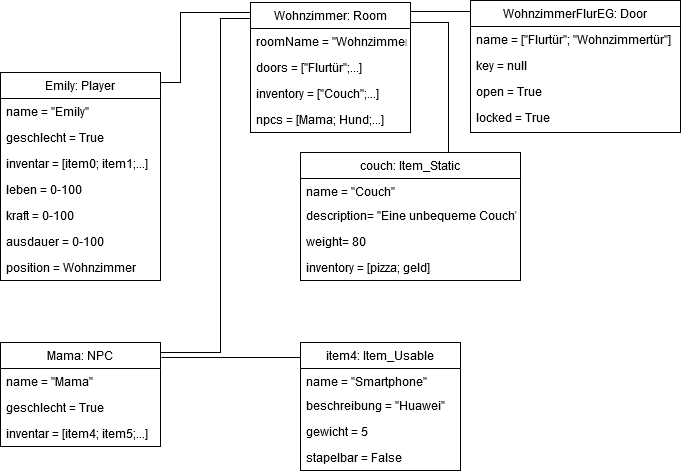
Before: Objektdiagramm.png, a diagram exported from draw.io (Elegond/AE-Text-Adventure). Source tidied: cells renumbered, new cells last; positions are measured from the earlier drawing's top-left corner, leaving out a move shared by most shapes.
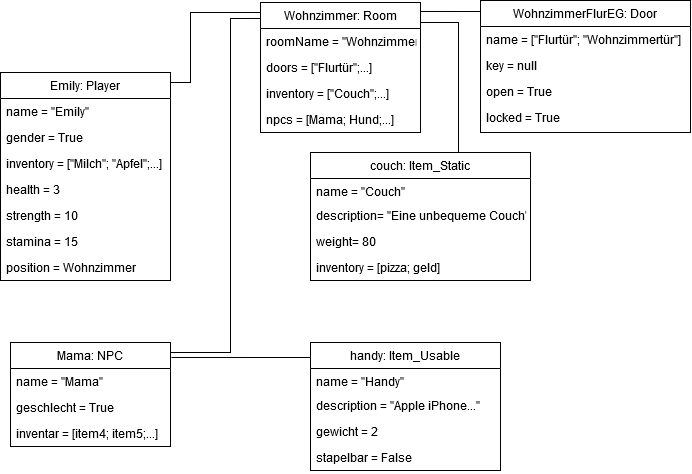
After the change.

Change to the diagram source:
```diff
@@ -57,28 +57,28 @@
       </mxGeometry>
     </mxCell>
     <mxCell id="14" value="Emily: Player " style="swimlane;fontStyle=0;align=center;verticalAlign=top;horizontal=1;startSize=26;rounded=0;shadow=0;strokeWidth=1;" parent="1" vertex="1">
-      <mxGeometry y="72" width="160" height="208" as="geometry" />
+      <mxGeometry x="-10" y="72" width="170" height="208" as="geometry" />
     </mxCell>
     <mxCell id="15" value="name = &quot;Emily&quot;" style="text;align=left;verticalAlign=top;spacingLeft=4;spacingRight=4;overflow=hidden;" parent="14" vertex="1">
-      <mxGeometry y="26" width="160" height="26" as="geometry" />
+      <mxGeometry y="26" width="170" height="26" as="geometry" />
     </mxCell>
-    <mxCell id="16" value="geschlecht = True" style="text;align=left;verticalAlign=top;spacingLeft=4;spacingRight=4;overflow=hidden;rounded=0;shadow=0;html=0;" parent="14" vertex="1">
-      <mxGeometry y="52" width="160" height="26" as="geometry" />
+    <mxCell id="16" value="gender = True" style="text;align=left;verticalAlign=top;spacingLeft=4;spacingRight=4;overflow=hidden;rounded=0;shadow=0;html=0;" parent="14" vertex="1">
+      <mxGeometry y="52" width="170" height="26" as="geometry" />
     </mxCell>
-    <mxCell id="17" value="inventar = [item0; item1;...]" style="text;align=left;verticalAlign=top;spacingLeft=4;spacingRight=4;overflow=hidden;rounded=0;shadow=0;html=0;" parent="14" vertex="1">
-      <mxGeometry y="78" width="160" height="26" as="geometry" />
+    <mxCell id="17" value="inventory = [&quot;Milch&quot;; &quot;Apfel&quot;;...]" style="text;align=left;verticalAlign=top;spacingLeft=4;spacingRight=4;overflow=hidden;rounded=0;shadow=0;html=0;" parent="14" vertex="1">
+      <mxGeometry y="78" width="170" height="26" as="geometry" />
     </mxCell>
-    <mxCell id="18" value="leben = 0-100" style="text;align=left;verticalAlign=top;spacingLeft=4;spacingRight=4;overflow=hidden;rounded=0;shadow=0;html=0;" parent="14" vertex="1">
-      <mxGeometry y="104" width="160" height="26" as="geometry" />
+    <mxCell id="18" value="health = 3" style="text;align=left;verticalAlign=top;spacingLeft=4;spacingRight=4;overflow=hidden;rounded=0;shadow=0;html=0;" parent="14" vertex="1">
+      <mxGeometry y="104" width="170" height="26" as="geometry" />
     </mxCell>
-    <mxCell id="19" value="kraft = 0-100" style="text;align=left;verticalAlign=top;spacingLeft=4;spacingRight=4;overflow=hidden;rounded=0;shadow=0;html=0;" parent="14" vertex="1">
-      <mxGeometry y="130" width="160" height="26" as="geometry" />
+    <mxCell id="19" value="strength = 10" style="text;align=left;verticalAlign=top;spacingLeft=4;spacingRight=4;overflow=hidden;rounded=0;shadow=0;html=0;" parent="14" vertex="1">
+      <mxGeometry y="130" width="170" height="26" as="geometry" />
     </mxCell>
-    <mxCell id="20" value="ausdauer = 0-100" style="text;align=left;verticalAlign=top;spacingLeft=4;spacingRight=4;overflow=hidden;rounded=0;shadow=0;html=0;" parent="14" vertex="1">
-      <mxGeometry y="156" width="160" height="26" as="geometry" />
+    <mxCell id="20" value="stamina = 15" style="text;align=left;verticalAlign=top;spacingLeft=4;spacingRight=4;overflow=hidden;rounded=0;shadow=0;html=0;" parent="14" vertex="1">
+      <mxGeometry y="156" width="170" height="26" as="geometry" />
     </mxCell>
     <mxCell id="21" value="position = Wohnzimmer" style="text;align=left;verticalAlign=top;spacingLeft=4;spacingRight=4;overflow=hidden;rounded=0;shadow=0;html=0;" parent="14" vertex="1">
-      <mxGeometry y="182" width="160" height="26" as="geometry" />
+      <mxGeometry y="182" width="170" height="26" as="geometry" />
     </mxCell>
     <mxCell id="22" style="edgeStyle=orthogonalEdgeStyle;rounded=0;jettySize=auto;html=1;entryX=1.006;entryY=0.144;entryDx=0;entryDy=0;entryPerimeter=0;exitX=0.006;exitY=0.094;exitDx=0;exitDy=0;exitPerimeter=0;endArrow=none;endFill=0;" parent="1" edge="1" source="23" target="3">
       <mxGeometry relative="1" as="geometry">
@@ -87,20 +87,20 @@
         </Array>
       </mxGeometry>
     </mxCell>
-    <mxCell id="23" value="item4: Item_Usable" style="swimlane;fontStyle=0;align=center;verticalAlign=top;horizontal=1;startSize=26;rounded=0;shadow=0;strokeWidth=1;" parent="1" vertex="1">
-      <mxGeometry x="300" y="342" width="160" height="128" as="geometry" />
+    <mxCell id="23" value="handy: Item_Usable" style="swimlane;fontStyle=0;align=center;verticalAlign=top;horizontal=1;startSize=26;rounded=0;shadow=0;strokeWidth=1;" parent="1" vertex="1">
+      <mxGeometry x="300" y="342" width="190" height="128" as="geometry" />
     </mxCell>
-    <mxCell id="24" value="name = &quot;Smartphone&quot;" style="text;align=left;verticalAlign=top;spacingLeft=4;spacingRight=4;overflow=hidden;" parent="23" vertex="1">
-      <mxGeometry y="26" width="160" height="24" as="geometry" />
+    <mxCell id="24" value="name = &quot;Handy&quot;" style="text;align=left;verticalAlign=top;spacingLeft=4;spacingRight=4;overflow=hidden;" parent="23" vertex="1">
+      <mxGeometry y="26" width="190" height="24" as="geometry" />
     </mxCell>
-    <mxCell id="25" value="beschreibung = &quot;Huawei&quot;" style="text;align=left;verticalAlign=top;spacingLeft=4;spacingRight=4;overflow=hidden;rounded=0;shadow=0;html=0;" parent="23" vertex="1">
-      <mxGeometry y="50" width="160" height="26" as="geometry" />
+    <mxCell id="25" value="description = &quot;Apple iPhone...&quot;" style="text;align=left;verticalAlign=top;spacingLeft=4;spacingRight=4;overflow=hidden;rounded=0;shadow=0;html=0;" parent="23" vertex="1">
+      <mxGeometry y="50" width="190" height="26" as="geometry" />
     </mxCell>
-    <mxCell id="26" value="gewicht = 5" style="text;align=left;verticalAlign=top;spacingLeft=4;spacingRight=4;overflow=hidden;rounded=0;shadow=0;html=0;" parent="23" vertex="1">
-      <mxGeometry y="76" width="160" height="26" as="geometry" />
+    <mxCell id="26" value="gewicht = 2" style="text;align=left;verticalAlign=top;spacingLeft=4;spacingRight=4;overflow=hidden;rounded=0;shadow=0;html=0;" parent="23" vertex="1">
+      <mxGeometry y="76" width="190" height="26" as="geometry" />
     </mxCell>
     <mxCell id="27" value="stapelbar = False" style="text;align=left;verticalAlign=top;spacingLeft=4;spacingRight=4;overflow=hidden;" parent="23" vertex="1">
-      <mxGeometry y="102" width="160" height="26" as="geometry" />
+      <mxGeometry y="102" width="190" height="26" as="geometry" />
     </mxCell>
     <mxCell id="28" style="edgeStyle=orthogonalEdgeStyle;rounded=0;jettySize=auto;html=1;exitX=0;exitY=0;exitDx=0;exitDy=0;entryX=1;entryY=0.069;entryDx=0;entryDy=0;entryPerimeter=0;endArrow=none;endFill=0;" parent="1" edge="1" source="29" target="8">
       <mxGeometry relative="1" as="geometry">
```
